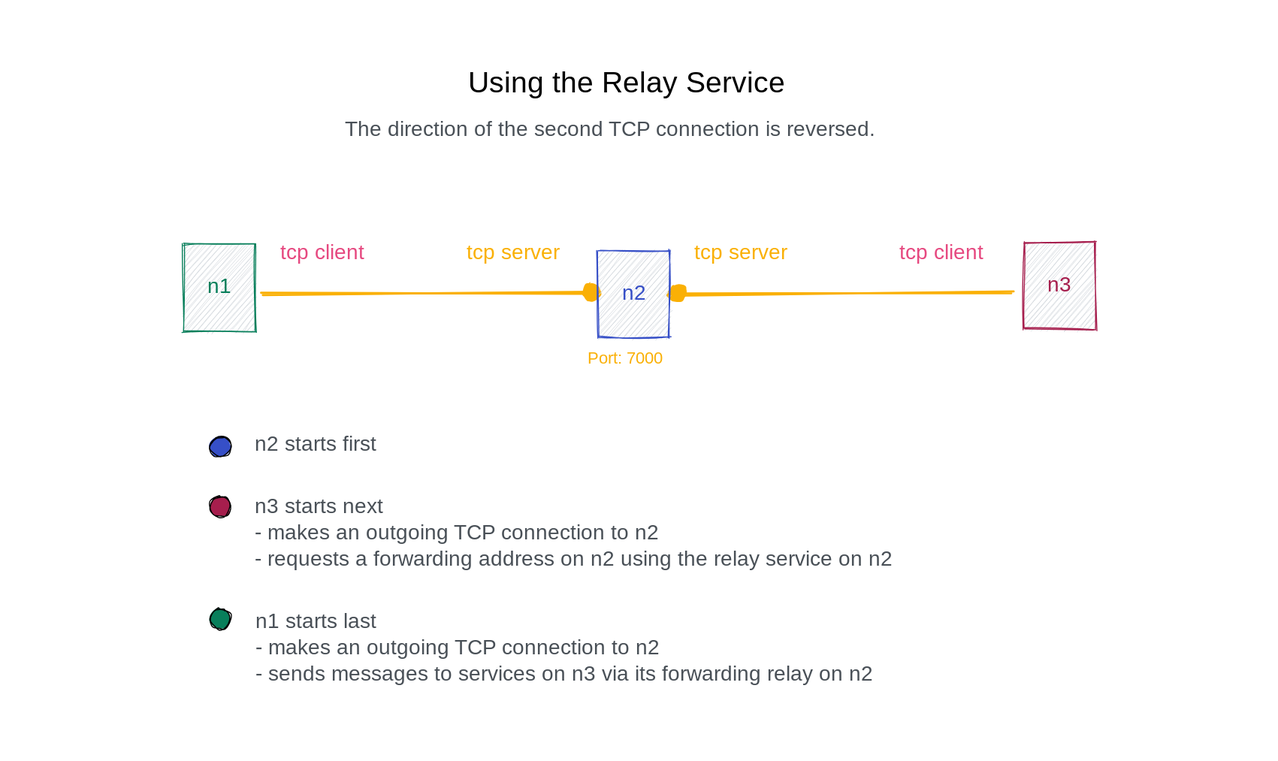
Earlier version of the Excalidraw export .gitbook/assets/file.excalidraw (3).svg (build-trust/ockam-documentation). Source tidied: one line per element, renumbered; positions are measured from the earlier drawing's top-left corner, leaving out a move shared by most shapes. Source of this version:
```json
{"id": 0, "type": "rectangle", "strokeColor": "transparent", "strokeWidth": 1, "roughness": 1, "round": true, "x": 0, "y": 0, "width": 1195, "height": 703}
{"id": 1, "type": "text", "text": "Using the Relay Service", "strokeColor": "#000000", "backgroundColor": "#ced4da", "fillStyle": "hachure", "strokeWidth": 1, "roughness": 1, "fontSize": 28, "fontFamily": 1, "x": 435, "y": 52, "width": 325, "height": 35}
{"id": 2, "type": "arrow", "strokeColor": "#fab005", "backgroundColor": "#e64980", "fillStyle": "hachure", "strokeWidth": 2, "roughness": 1, "startArrowhead": "dot", "round": true, "from": 9, "to": 11, "x": 633, "y": 270, "width": 319, "height": 2, "points": [[0, 0], [319, -2]]}
{"id": 3, "type": "arrow", "strokeColor": "#fab005", "backgroundColor": "#e64980", "fillStyle": "hachure", "strokeWidth": 2, "roughness": 1, "endArrowhead": "dot", "round": true, "from": 7, "to": 9, "x": 239, "y": 269, "width": 314, "height": 0, "points": [[0, 0], [314, 0]]}
{"id": 4, "type": "text", "text": "tcp client", "strokeColor": "#e64980", "strokeWidth": 1, "roughness": 1, "fontSize": 20, "fontFamily": 1, "x": 845, "y": 218, "width": 94, "height": 25}
{"id": 5, "type": "text", "text": "tcp client", "strokeColor": "#e64980", "strokeWidth": 1, "roughness": 1, "fontSize": 20, "fontFamily": 1, "x": 256, "y": 218, "width": 94, "height": 25}
{"id": 6, "type": "text", "text": "tcp server", "strokeColor": "#fab005", "strokeWidth": 1, "roughness": 1, "fontSize": 20, "fontFamily": 1, "x": 434, "y": 219, "width": 104, "height": 25}
{"id": 7, "type": "rectangle", "strokeColor": "#087f5b", "backgroundColor": "#ced4da", "fillStyle": "hachure", "strokeWidth": 1, "roughness": 1, "x": 165, "y": 222, "width": 68, "height": 82}
{"id": 8, "type": "text", "text": "n1", "strokeColor": "#087f5b", "backgroundColor": "#ced4da", "fillStyle": "hachure", "strokeWidth": 1, "roughness": 1, "fontSize": 20, "fontFamily": 1, "textAlign": "center", "verticalAlign": "middle", "inside": 7, "x": 190, "y": 251, "width": 17, "height": 25}
{"id": 9, "type": "rectangle", "strokeColor": "#364fc7", "backgroundColor": "#ced4da", "fillStyle": "hachure", "strokeWidth": 1, "roughness": 1, "x": 559, "y": 228, "width": 68, "height": 82}
{"id": 10, "type": "text", "text": "n2", "strokeColor": "#364fc7", "backgroundColor": "#ced4da", "fillStyle": "hachure", "strokeWidth": 1, "roughness": 1, "fontSize": 20, "fontFamily": 1, "textAlign": "center", "verticalAlign": "middle", "inside": 9, "x": 580, "y": 257, "width": 26, "height": 25}
{"id": 11, "type": "rectangle", "strokeColor": "#a61e4d", "backgroundColor": "#ced4da", "fillStyle": "hachure", "strokeWidth": 1, "roughness": 1, "x": 964, "y": 220, "width": 68, "height": 82}
{"id": 12, "type": "text", "text": "n3", "strokeColor": "#a61e4d", "backgroundColor": "#ced4da", "fillStyle": "hachure", "strokeWidth": 1, "roughness": 1, "fontSize": 20, "fontFamily": 1, "textAlign": "center", "verticalAlign": "middle", "inside": 11, "x": 985, "y": 249, "width": 25, "height": 25}
{"id": 13, "type": "text", "text": "tcp server", "strokeColor": "#fab005", "strokeWidth": 1, "roughness": 1, "fontSize": 20, "fontFamily": 1, "x": 650, "y": 218, "width": 104, "height": 25}
{"id": 14, "type": "text", "text": "n2 starts first", "strokeColor": "#495057", "backgroundColor": "#ced4da", "fillStyle": "hachure", "strokeWidth": 1, "roughness": 1, "fontSize": 20, "fontFamily": 1, "x": 232, "y": 401, "width": 157, "height": 25}
{"id": 15, "type": "ellipse", "strokeColor": "#000000", "backgroundColor": "#364fc7", "fillStyle": "solid", "strokeWidth": 1, "roughness": 1, "round": true, "x": 189, "y": 405, "width": 20, "height": 19}
{"id": 16, "type": "ellipse", "strokeColor": "#000000", "backgroundColor": "#a61e4d", "fillStyle": "solid", "strokeWidth": 1, "roughness": 1, "round": true, "x": 189, "y": 462, "width": 20, "height": 19}
{"id": 17, "type": "text", "text": "n3 starts next\n- makes an outgoing TCP connection to n2\n- requests a forwarding address on n2 using the relay service on n2", "strokeColor": "#495057", "backgroundColor": "#ced4da", "fillStyle": "hachure", "strokeWidth": 1, "roughness": 1, "fontSize": 20, "fontFamily": 1, "x": 232, "y": 460, "width": 685, "height": 75}
{"id": 18, "type": "ellipse", "strokeColor": "#000000", "backgroundColor": "#087f5b", "fillStyle": "solid", "strokeWidth": 1, "roughness": 1, "round": true, "x": 189, "y": 569, "width": 20, "height": 19}
{"id": 19, "type": "text", "text": "n1 starts last\n- makes an outgoing TCP connection to n2\n- sends messages to services on n3 via its forwarding relay on n2 ", "strokeColor": "#495057", "backgroundColor": "#ced4da", "fillStyle": "hachure", "strokeWidth": 1, "roughness": 1, "fontSize": 20, "fontFamily": 1, "x": 233, "y": 569, "width": 672, "height": 75}
{"id": 20, "type": "text", "text": "The direction of the second TCP connection is reversed.", "strokeColor": "#495057", "backgroundColor": "#ced4da", "fillStyle": "hachure", "strokeWidth": 1, "roughness": 1, "fontSize": 20, "fontFamily": 1, "x": 318, "y": 101, "width": 559, "height": 25}
{"id": 21, "type": "text", "text": "Port: 7000", "strokeColor": "#fab005", "strokeWidth": 1, "roughness": 1, "fontSize": 16, "fontFamily": 1, "x": 549, "y": 322, "width": 91, "height": 20}
```
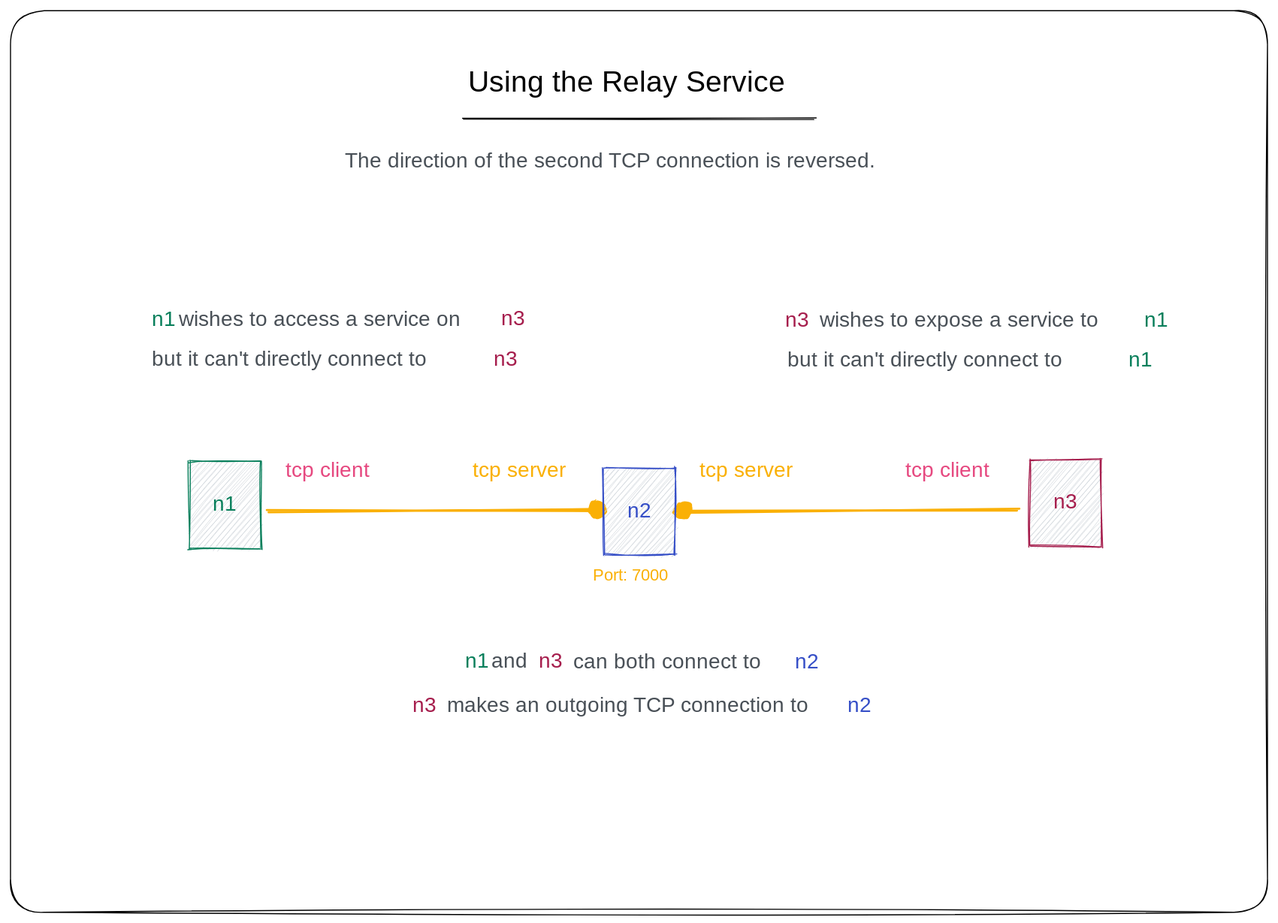
After the change.

Change to the diagram source:
```diff
@@ -1,5 +1,5 @@
-{"id": 0, "type": "rectangle", "strokeColor": "transparent", "strokeWidth": 1, "roughness": 1, "round": true, "x": 0, "y": 0, "width": 1195, "height": 703}
+{"id": 0, "type": "rectangle", "strokeColor": "#000000", "strokeWidth": 1, "roughness": 1, "round": true, "x": -5, "y": -207, "width": 1195, "height": 858}
-{"id": 1, "type": "text", "text": "Using the Relay Service", "strokeColor": "#000000", "backgroundColor": "#ced4da", "fillStyle": "hachure", "strokeWidth": 1, "roughness": 1, "fontSize": 28, "fontFamily": 1, "x": 435, "y": 52, "width": 325, "height": 35}
+{"id": 1, "type": "text", "text": "Using the Relay Service", "strokeColor": "#000000", "backgroundColor": "#ced4da", "fillStyle": "hachure", "strokeWidth": 1, "roughness": 1, "fontSize": 28, "fontFamily": 1, "x": 429, "y": -155, "width": 325, "height": 35}
 {"id": 2, "type": "arrow", "strokeColor": "#fab005", "backgroundColor": "#e64980", "fillStyle": "hachure", "strokeWidth": 2, "roughness": 1, "startArrowhead": "dot", "round": true, "from": 9, "to": 11, "x": 633, "y": 270, "width": 319, "height": 2, "points": [[0, 0], [319, -2]]}
 {"id": 3, "type": "arrow", "strokeColor": "#fab005", "backgroundColor": "#e64980", "fillStyle": "hachure", "strokeWidth": 2, "roughness": 1, "endArrowhead": "dot", "round": true, "from": 7, "to": 9, "x": 239, "y": 269, "width": 314, "height": 0, "points": [[0, 0], [314, 0]]}
 {"id": 4, "type": "text", "text": "tcp client", "strokeColor": "#e64980", "strokeWidth": 1, "roughness": 1, "fontSize": 20, "fontFamily": 1, "x": 845, "y": 218, "width": 94, "height": 25}
@@ -12,11 +12,24 @@
 {"id": 11, "type": "rectangle", "strokeColor": "#a61e4d", "backgroundColor": "#ced4da", "fillStyle": "hachure", "strokeWidth": 1, "roughness": 1, "x": 964, "y": 220, "width": 68, "height": 82}
 {"id": 12, "type": "text", "text": "n3", "strokeColor": "#a61e4d", "backgroundColor": "#ced4da", "fillStyle": "hachure", "strokeWidth": 1, "roughness": 1, "fontSize": 20, "fontFamily": 1, "textAlign": "center", "verticalAlign": "middle", "inside": 11, "x": 985, "y": 249, "width": 25, "height": 25}
 {"id": 13, "type": "text", "text": "tcp server", "strokeColor": "#fab005", "strokeWidth": 1, "roughness": 1, "fontSize": 20, "fontFamily": 1, "x": 650, "y": 218, "width": 104, "height": 25}
-{"id": 14, "type": "text", "text": "n2 starts first", "strokeColor": "#495057", "backgroundColor": "#ced4da", "fillStyle": "hachure", "strokeWidth": 1, "roughness": 1, "fontSize": 20, "fontFamily": 1, "x": 232, "y": 401, "width": 157, "height": 25}
-{"id": 15, "type": "ellipse", "strokeColor": "#000000", "backgroundColor": "#364fc7", "fillStyle": "solid", "strokeWidth": 1, "roughness": 1, "round": true, "x": 189, "y": 405, "width": 20, "height": 19}
-{"id": 16, "type": "ellipse", "strokeColor": "#000000", "backgroundColor": "#a61e4d", "fillStyle": "solid", "strokeWidth": 1, "roughness": 1, "round": true, "x": 189, "y": 462, "width": 20, "height": 19}
-{"id": 17, "type": "text", "text": "n3 starts next\n- makes an outgoing TCP connection to n2\n- requests a forwarding address on n2 using the relay service on n2", "strokeColor": "#495057", "backgroundColor": "#ced4da", "fillStyle": "hachure", "strokeWidth": 1, "roughness": 1, "fontSize": 20, "fontFamily": 1, "x": 232, "y": 460, "width": 685, "height": 75}
-{"id": 18, "type": "ellipse", "strokeColor": "#000000", "backgroundColor": "#087f5b", "fillStyle": "solid", "strokeWidth": 1, "roughness": 1, "round": true, "x": 189, "y": 569, "width": 20, "height": 19}
-{"id": 19, "type": "text", "text": "n1 starts last\n- makes an outgoing TCP connection to n2\n- sends messages to services on n3 via its forwarding relay on n2 ", "strokeColor": "#495057", "backgroundColor": "#ced4da", "fillStyle": "hachure", "strokeWidth": 1, "roughness": 1, "fontSize": 20, "fontFamily": 1, "x": 233, "y": 569, "width": 672, "height": 75}
-{"id": 20, "type": "text", "text": "The direction of the second TCP connection is reversed.", "strokeColor": "#495057", "backgroundColor": "#ced4da", "fillStyle": "hachure", "strokeWidth": 1, "roughness": 1, "fontSize": 20, "fontFamily": 1, "x": 318, "y": 101, "width": 559, "height": 25}
+{"id": 20, "type": "text", "text": "The direction of the second TCP connection is reversed.", "strokeColor": "#495057", "backgroundColor": "#ced4da", "fillStyle": "hachure", "strokeWidth": 1, "roughness": 1, "fontSize": 20, "fontFamily": 1, "x": 312, "y": -76, "width": 559, "height": 25}
-{"id": 21, "type": "text", "text": "Port: 7000", "strokeColor": "#fab005", "strokeWidth": 1, "roughness": 1, "fontSize": 16, "fontFamily": 1, "x": 549, "y": 322, "width": 91, "height": 20}
+{"id": 21, "type": "text", "text": "Port: 7000", "strokeColor": "#fab005", "strokeWidth": 1, "roughness": 1, "fontSize": 16, "fontFamily": 1, "x": 549, "y": 321, "width": 91, "height": 20}
+{"id": 22, "type": "text", "text": "wishes to access a service on", "strokeColor": "#495057", "backgroundColor": "#ced4da", "fillStyle": "hachure", "strokeWidth": 1, "roughness": 1, "fontSize": 20, "fontFamily": 1, "x": 155, "y": 75, "width": 300, "height": 25}
+{"id": 23, "type": "text", "text": "n1", "strokeColor": "#087f5b", "backgroundColor": "#4c6ef5", "fillStyle": "hachure", "strokeWidth": 1, "roughness": 1, "fontSize": 20, "fontFamily": 1, "x": 129, "y": 75, "width": 17, "height": 25}
+{"id": 24, "type": "text", "text": "n3", "strokeColor": "#a61e4d", "backgroundColor": "#4c6ef5", "fillStyle": "hachure", "strokeWidth": 1, "roughness": 1, "fontSize": 20, "fontFamily": 1, "x": 461, "y": 75, "width": 25, "height": 25}
+{"id": 25, "type": "text", "text": "but it can't directly connect to", "strokeColor": "#495057", "backgroundColor": "#ced4da", "fillStyle": "hachure", "strokeWidth": 1, "roughness": 1, "fontSize": 20, "fontFamily": 1, "x": 129, "y": 113, "width": 316, "height": 25}
+{"id": 26, "type": "text", "text": "n3", "strokeColor": "#a61e4d", "backgroundColor": "#4c6ef5", "fillStyle": "hachure", "strokeWidth": 1, "roughness": 1, "fontSize": 20, "fontFamily": 1, "x": 454, "y": 113, "width": 25, "height": 25}
+{"id": 27, "type": "line", "strokeColor": "#000000", "strokeWidth": 1, "roughness": 1, "round": true, "x": 424, "y": -105, "width": 335, "height": 0, "points": [[0, 0], [335, 0]]}
+{"id": 28, "type": "text", "text": "wishes to expose a service to", "strokeColor": "#495057", "backgroundColor": "#ced4da", "fillStyle": "hachure", "strokeWidth": 1, "roughness": 1, "fontSize": 20, "fontFamily": 1, "x": 764, "y": 76, "width": 300, "height": 25}
+{"id": 29, "type": "text", "text": "n1", "strokeColor": "#087f5b", "backgroundColor": "#4c6ef5", "fillStyle": "hachure", "strokeWidth": 1, "roughness": 1, "fontSize": 20, "fontFamily": 1, "x": 1072, "y": 76, "width": 17, "height": 25}
+{"id": 30, "type": "text", "text": "n3", "strokeColor": "#a61e4d", "backgroundColor": "#4c6ef5", "fillStyle": "hachure", "strokeWidth": 1, "roughness": 1, "fontSize": 20, "fontFamily": 1, "x": 731, "y": 76, "width": 25, "height": 25}
+{"id": 31, "type": "text", "text": "but it can't directly connect to", "strokeColor": "#495057", "backgroundColor": "#ced4da", "fillStyle": "hachure", "strokeWidth": 1, "roughness": 1, "fontSize": 20, "fontFamily": 1, "x": 733, "y": 114, "width": 316, "height": 25}
+{"id": 32, "type": "text", "text": "n1", "strokeColor": "#087f5b", "backgroundColor": "#4c6ef5", "fillStyle": "hachure", "strokeWidth": 1, "roughness": 1, "fontSize": 20, "fontFamily": 1, "x": 1057, "y": 114, "width": 17, "height": 25}
+{"id": 33, "type": "text", "text": "and", "strokeColor": "#495057", "backgroundColor": "#ced4da", "fillStyle": "hachure", "strokeWidth": 1, "roughness": 1, "fontSize": 20, "fontFamily": 1, "x": 452, "y": 400, "width": 36, "height": 25}
+{"id": 34, "type": "text", "text": "n1", "strokeColor": "#087f5b", "backgroundColor": "#4c6ef5", "fillStyle": "hachure", "strokeWidth": 1, "roughness": 1, "fontSize": 20, "fontFamily": 1, "x": 427, "y": 400, "width": 17, "height": 25}
+{"id": 35, "type": "text", "text": "n3", "strokeColor": "#a61e4d", "backgroundColor": "#4c6ef5", "fillStyle": "hachure", "strokeWidth": 1, "roughness": 1, "fontSize": 20, "fontFamily": 1, "x": 497, "y": 400, "width": 25, "height": 25}
+{"id": 36, "type": "text", "text": "can both connect to", "strokeColor": "#495057", "backgroundColor": "#ced4da", "fillStyle": "hachure", "strokeWidth": 1, "roughness": 1, "fontSize": 20, "fontFamily": 1, "x": 530, "y": 401, "width": 202, "height": 25}
+{"id": 37, "type": "text", "text": "n2", "strokeColor": "#364fc7", "strokeWidth": 1, "roughness": 1, "fontSize": 20, "fontFamily": 1, "x": 741, "y": 401, "width": 26, "height": 25}
+{"id": 38, "type": "text", "text": "n3", "strokeColor": "#a61e4d", "backgroundColor": "#4c6ef5", "fillStyle": "hachure", "strokeWidth": 1, "roughness": 1, "fontSize": 20, "fontFamily": 1, "x": 377, "y": 443, "width": 25, "height": 25}
+{"id": 39, "type": "text", "text": "makes an outgoing TCP connection to", "strokeColor": "#495057", "backgroundColor": "#ced4da", "fillStyle": "hachure", "strokeWidth": 1, "roughness": 1, "fontSize": 20, "fontFamily": 1, "x": 410, "y": 443, "width": 372, "height": 25}
+{"id": 40, "type": "text", "text": "n2", "strokeColor": "#364fc7", "strokeWidth": 1, "roughness": 1, "fontSize": 20, "fontFamily": 1, "x": 791, "y": 443, "width": 26, "height": 25}
```
